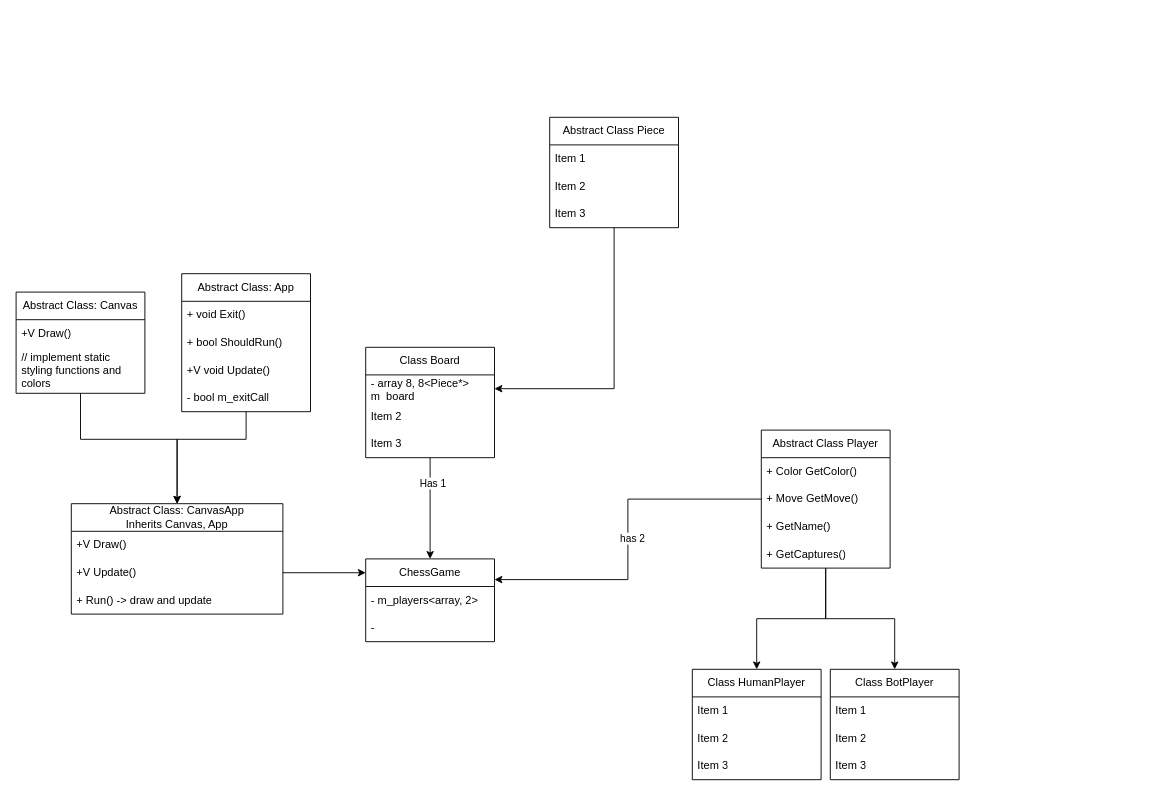
mathlon26/chess keeps this draw.io diagram as Chess.drawio. Above is the earlier version. Source tidied: cells renumbered, new cells numbered last; positions are measured from the earlier drawing's top-left corner, leaving out a move shared by most shapes. Both pictures are drawn from the tidied source at 92%, with x=0, y=0 at pixel (16, 117).
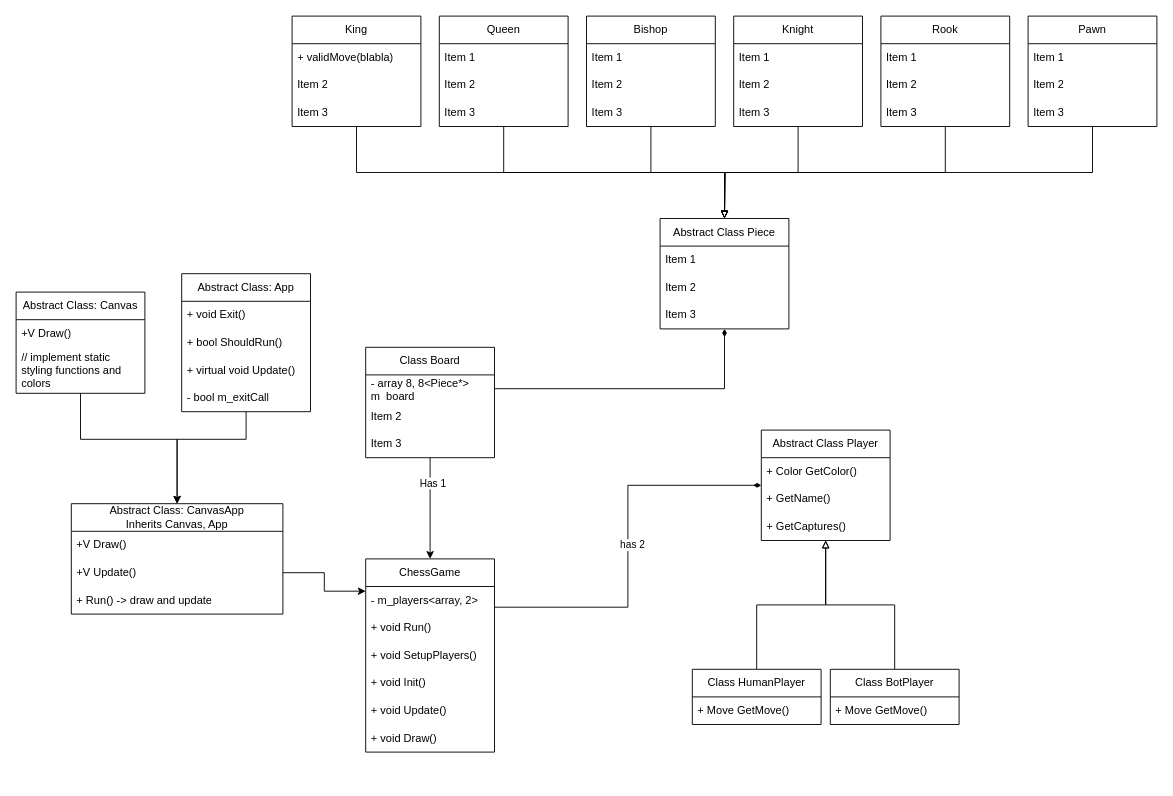
The same page after the edit.

The change refers to these unchanged cells:
```xml
<mxCell id="3" value="Abstract Class: App" style="swimlane;fontStyle=0;horizontal=1;startSize=30;whiteSpace=wrap;html=1;" parent="1" vertex="1">
  <mxGeometry x="180" y="170" width="140" height="150" as="geometry" />
</mxCell>
<mxCell id="23" value="- array 8, 8&amp;lt;Piece*&amp;gt; m_board" style="text;strokeColor=none;fillColor=none;align=left;verticalAlign=middle;spacingLeft=4;spacingRight=4;overflow=hidden;points=[[0,0.5],[1,0.5]];portConstraint=eastwest;whiteSpace=wrap;html=1;" parent="22" vertex="1">
  <mxGeometry y="30" width="140" height="30" as="geometry" />
</mxCell>
```

Diff of the diagram source:
```diff
@@
-    <mxCell id="6" value="+V void Update()&amp;nbsp;" style="text;strokeColor=none;fillColor=none;align=left;verticalAlign=middle;spacingLeft=4;spacingRight=4;overflow=hidden;whiteSpace=wrap;html=1;" parent="3" vertex="1">
+    <mxCell id="6" value="+ virtual void Update()&amp;nbsp;" style="text;strokeColor=none;fillColor=none;align=left;verticalAlign=middle;spacingLeft=4;spacingRight=4;overflow=hidden;whiteSpace=wrap;html=1;" parent="3" vertex="1">
       <mxGeometry y="90" width="140" height="30" as="geometry" />
     </mxCell>
@@
     <mxCell id="16" value="ChessGame" style="swimlane;fontStyle=0;horizontal=1;startSize=30;whiteSpace=wrap;html=1;" parent="1" vertex="1">
-      <mxGeometry x="380" y="480" width="140" height="90" as="geometry" />
+      <mxGeometry x="380" y="480" width="140" height="210" as="geometry" />
     </mxCell>
@@
-    <mxCell id="18" value="-" style="text;strokeColor=none;fillColor=none;align=left;verticalAlign=middle;spacingLeft=4;spacingRight=4;overflow=hidden;whiteSpace=wrap;html=1;" parent="16" vertex="1">
+    <mxCell id="18" value="+ void Run()" style="text;strokeColor=none;fillColor=none;align=left;verticalAlign=middle;spacingLeft=4;spacingRight=4;overflow=hidden;whiteSpace=wrap;html=1;" parent="16" vertex="1">
       <mxGeometry y="60" width="140" height="30" as="geometry" />
     </mxCell>
+    <mxCell id="48" value="+ void SetupPlayers()" style="text;strokeColor=none;fillColor=none;align=left;verticalAlign=middle;spacingLeft=4;spacingRight=4;overflow=hidden;whiteSpace=wrap;html=1;" parent="16" vertex="1">
+      <mxGeometry y="90" width="140" height="30" as="geometry" />
+    </mxCell>
+    <mxCell id="49" value="+ void Init()" style="text;strokeColor=none;fillColor=none;align=left;verticalAlign=middle;spacingLeft=4;spacingRight=4;overflow=hidden;whiteSpace=wrap;html=1;" parent="16" vertex="1">
+      <mxGeometry y="120" width="140" height="30" as="geometry" />
+    </mxCell>
+    <mxCell id="50" value="+ void Update()" style="text;strokeColor=none;fillColor=none;align=left;verticalAlign=middle;spacingLeft=4;spacingRight=4;overflow=hidden;whiteSpace=wrap;html=1;" parent="16" vertex="1">
+      <mxGeometry y="150" width="140" height="30" as="geometry" />
+    </mxCell>
+    <mxCell id="51" value="+ void Draw()" style="text;strokeColor=none;fillColor=none;align=left;verticalAlign=middle;spacingLeft=4;spacingRight=4;overflow=hidden;whiteSpace=wrap;html=1;" parent="16" vertex="1">
+      <mxGeometry y="180" width="140" height="30" as="geometry" />
+    </mxCell>
@@
-    <mxCell id="26" style="edgeStyle=orthogonalEdgeStyle;rounded=0;jettySize=auto;html=1;entryX=0.5;entryY=0;entryDx=0;entryDy=0;" parent="1" edge="1" source="30" target="35">
+    <mxCell id="26" style="edgeStyle=orthogonalEdgeStyle;rounded=0;jettySize=auto;html=1;entryX=0.5;entryY=0;entryDx=0;entryDy=0;startArrow=block;startFill=0;endArrow=none;" parent="1" edge="1" source="30" target="35">
       <mxGeometry relative="1" as="geometry" />
     </mxCell>
-    <mxCell id="27" style="edgeStyle=orthogonalEdgeStyle;rounded=0;jettySize=auto;html=1;entryX=0.5;entryY=0;entryDx=0;entryDy=0;" parent="1" edge="1" source="30" target="39">
+    <mxCell id="27" style="edgeStyle=orthogonalEdgeStyle;rounded=0;jettySize=auto;html=1;entryX=0.5;entryY=0;entryDx=0;entryDy=0;endArrow=none;startFill=0;startArrow=block;" parent="1" edge="1" source="30" target="39">
       <mxGeometry relative="1" as="geometry" />
     </mxCell>
-    <mxCell id="28" style="edgeStyle=orthogonalEdgeStyle;rounded=0;jettySize=auto;html=1;entryX=1;entryY=0.25;entryDx=0;entryDy=0;" parent="1" edge="1" source="30" target="16">
+    <mxCell id="28" style="edgeStyle=orthogonalEdgeStyle;rounded=0;jettySize=auto;html=1;entryX=1;entryY=0.25;entryDx=0;entryDy=0;startArrow=diamondThin;startFill=1;endArrow=none;" parent="1" edge="1" source="30" target="16">
       <mxGeometry relative="1" as="geometry" />
     </mxCell>
@@
     <mxCell id="30" value="Abstract Class Player" style="swimlane;fontStyle=0;horizontal=1;startSize=30;whiteSpace=wrap;html=1;" parent="1" vertex="1">
-      <mxGeometry x="810" y="340" width="140" height="150" as="geometry" />
+      <mxGeometry x="810" y="340" width="140" height="120" as="geometry" />
     </mxCell>
@@
-    <mxCell id="32" value="+ Move GetMove()" style="text;strokeColor=none;fillColor=none;align=left;verticalAlign=middle;spacingLeft=4;spacingRight=4;overflow=hidden;whiteSpace=wrap;html=1;" parent="30" vertex="1">
-      <mxGeometry y="60" width="140" height="30" as="geometry" />
-    </mxCell>
     <mxCell id="33" value="+ GetName()" style="text;strokeColor=none;fillColor=none;align=left;verticalAlign=middle;spacingLeft=4;spacingRight=4;overflow=hidden;whiteSpace=wrap;html=1;" parent="30" vertex="1">
-      <mxGeometry y="90" width="140" height="30" as="geometry" />
+      <mxGeometry y="60" width="140" height="30" as="geometry" />
     </mxCell>
     <mxCell id="34" value="+ GetCaptures()" style="text;strokeColor=none;fillColor=none;align=left;verticalAlign=middle;spacingLeft=4;spacingRight=4;overflow=hidden;whiteSpace=wrap;html=1;" parent="30" vertex="1">
-      <mxGeometry y="120" width="140" height="30" as="geometry" />
+      <mxGeometry y="90" width="140" height="30" as="geometry" />
     </mxCell>
     <mxCell id="35" value="Class HumanPlayer" style="swimlane;fontStyle=0;horizontal=1;startSize=30;whiteSpace=wrap;html=1;" parent="1" vertex="1">
-      <mxGeometry x="735" y="600" width="140" height="120" as="geometry" />
+      <mxGeometry x="735" y="600" width="140" height="60" as="geometry" />
     </mxCell>
-    <mxCell id="36" value="Item 1" style="text;strokeColor=none;fillColor=none;align=left;verticalAlign=middle;spacingLeft=4;spacingRight=4;overflow=hidden;whiteSpace=wrap;html=1;" parent="35" vertex="1">
+    <mxCell id="36" value="+ Move GetMove()" style="text;strokeColor=none;fillColor=none;align=left;verticalAlign=middle;spacingLeft=4;spacingRight=4;overflow=hidden;whiteSpace=wrap;html=1;" parent="35" vertex="1">
       <mxGeometry y="30" width="140" height="30" as="geometry" />
     </mxCell>
-    <mxCell id="37" value="Item 2" style="text;strokeColor=none;fillColor=none;align=left;verticalAlign=middle;spacingLeft=4;spacingRight=4;overflow=hidden;whiteSpace=wrap;html=1;" parent="35" vertex="1">
-      <mxGeometry y="60" width="140" height="30" as="geometry" />
-    </mxCell>
-    <mxCell id="38" value="Item 3" style="text;strokeColor=none;fillColor=none;align=left;verticalAlign=middle;spacingLeft=4;spacingRight=4;overflow=hidden;whiteSpace=wrap;html=1;" parent="35" vertex="1">
-      <mxGeometry y="90" width="140" height="30" as="geometry" />
-    </mxCell>
     <mxCell id="39" value="Class BotPlayer" style="swimlane;fontStyle=0;horizontal=1;startSize=30;whiteSpace=wrap;html=1;" parent="1" vertex="1">
-      <mxGeometry x="885" y="600" width="140" height="120" as="geometry" />
+      <mxGeometry x="885" y="600" width="140" height="60" as="geometry" />
     </mxCell>
-    <mxCell id="40" value="Item 1" style="text;strokeColor=none;fillColor=none;align=left;verticalAlign=middle;spacingLeft=4;spacingRight=4;overflow=hidden;whiteSpace=wrap;html=1;" parent="39" vertex="1">
+    <mxCell id="40" value="+ Move GetMove()" style="text;strokeColor=none;fillColor=none;align=left;verticalAlign=middle;spacingLeft=4;spacingRight=4;overflow=hidden;whiteSpace=wrap;html=1;" parent="39" vertex="1">
       <mxGeometry y="30" width="140" height="30" as="geometry" />
     </mxCell>
-    <mxCell id="41" value="Item 2" style="text;strokeColor=none;fillColor=none;align=left;verticalAlign=middle;spacingLeft=4;spacingRight=4;overflow=hidden;whiteSpace=wrap;html=1;" parent="39" vertex="1">
-      <mxGeometry y="60" width="140" height="30" as="geometry" />
-    </mxCell>
-    <mxCell id="42" value="Item 3" style="text;strokeColor=none;fillColor=none;align=left;verticalAlign=middle;spacingLeft=4;spacingRight=4;overflow=hidden;whiteSpace=wrap;html=1;" parent="39" vertex="1">
-      <mxGeometry y="90" width="140" height="30" as="geometry" />
-    </mxCell>
-    <mxCell id="43" style="edgeStyle=orthogonalEdgeStyle;rounded=0;jettySize=auto;html=1;entryX=1;entryY=0.5;entryDx=0;entryDy=0;" parent="1" edge="1" source="44" target="23">
+    <mxCell id="43" style="edgeStyle=orthogonalEdgeStyle;rounded=0;jettySize=auto;html=1;entryX=1;entryY=0.5;entryDx=0;entryDy=0;startArrow=diamondThin;startFill=1;endArrow=none;" parent="1" edge="1" source="44" target="23">
       <mxGeometry relative="1" as="geometry" />
     </mxCell>
     <mxCell id="44" value="Abstract Class Piece" style="swimlane;fontStyle=0;horizontal=1;startSize=30;whiteSpace=wrap;html=1;" parent="1" vertex="1">
-      <mxGeometry x="580" width="140" height="120" as="geometry" />
+      <mxGeometry x="700" y="110" width="140" height="120" as="geometry" />
     </mxCell>
@@
+    <mxCell id="52" style="edgeStyle=orthogonalEdgeStyle;rounded=0;jettySize=auto;html=1;exitX=0.5;exitY=1;exitDx=0;exitDy=0;entryX=0.5;entryY=0;entryDx=0;entryDy=0;endArrow=block;endFill=0;" parent="1" edge="1" source="53" target="44">
+      <mxGeometry relative="1" as="geometry" />
+    </mxCell>
+    <mxCell id="53" value="King" style="swimlane;fontStyle=0;horizontal=1;startSize=30;whiteSpace=wrap;html=1;" parent="1" vertex="1">
+      <mxGeometry x="300" y="-110" width="140" height="120" as="geometry" />
+    </mxCell>
+    <mxCell id="54" value="+ validMove(blabla)" style="text;strokeColor=none;fillColor=none;align=left;verticalAlign=middle;spacingLeft=4;spacingRight=4;overflow=hidden;whiteSpace=wrap;html=1;" parent="53" vertex="1">
+      <mxGeometry y="30" width="140" height="30" as="geometry" />
+    </mxCell>
+    <mxCell id="55" value="Item 2" style="text;strokeColor=none;fillColor=none;align=left;verticalAlign=middle;spacingLeft=4;spacingRight=4;overflow=hidden;whiteSpace=wrap;html=1;" parent="53" vertex="1">
+      <mxGeometry y="60" width="140" height="30" as="geometry" />
+    </mxCell>
+    <mxCell id="56" value="Item 3" style="text;strokeColor=none;fillColor=none;align=left;verticalAlign=middle;spacingLeft=4;spacingRight=4;overflow=hidden;whiteSpace=wrap;html=1;" parent="53" vertex="1">
+      <mxGeometry y="90" width="140" height="30" as="geometry" />
+    </mxCell>
+    <mxCell id="57" style="edgeStyle=orthogonalEdgeStyle;rounded=0;jettySize=auto;html=1;exitX=0.5;exitY=1;exitDx=0;exitDy=0;endArrow=block;endFill=0;" parent="1" edge="1" source="58">
+      <mxGeometry relative="1" as="geometry">
+        <mxPoint x="770" y="110" as="targetPoint" />
+      </mxGeometry>
+    </mxCell>
+    <mxCell id="58" value="Queen" style="swimlane;fontStyle=0;horizontal=1;startSize=30;whiteSpace=wrap;html=1;" parent="1" vertex="1">
+      <mxGeometry x="460" y="-110" width="140" height="120" as="geometry" />
+    </mxCell>
+    <mxCell id="59" value="Item 1" style="text;strokeColor=none;fillColor=none;align=left;verticalAlign=middle;spacingLeft=4;spacingRight=4;overflow=hidden;whiteSpace=wrap;html=1;" parent="58" vertex="1">
+      <mxGeometry y="30" width="140" height="30" as="geometry" />
+    </mxCell>
+    <mxCell id="60" value="Item 2" style="text;strokeColor=none;fillColor=none;align=left;verticalAlign=middle;spacingLeft=4;spacingRight=4;overflow=hidden;whiteSpace=wrap;html=1;" parent="58" vertex="1">
+      <mxGeometry y="60" width="140" height="30" as="geometry" />
+    </mxCell>
+    <mxCell id="61" value="Item 3" style="text;strokeColor=none;fillColor=none;align=left;verticalAlign=middle;spacingLeft=4;spacingRight=4;overflow=hidden;whiteSpace=wrap;html=1;" parent="58" vertex="1">
+      <mxGeometry y="90" width="140" height="30" as="geometry" />
+    </mxCell>
+    <mxCell id="62" style="edgeStyle=orthogonalEdgeStyle;rounded=0;jettySize=auto;html=1;exitX=0.5;exitY=1;exitDx=0;exitDy=0;endArrow=block;endFill=0;" parent="1" edge="1" source="63">
+      <mxGeometry relative="1" as="geometry">
+        <mxPoint x="770" y="110" as="targetPoint" />
+      </mxGeometry>
+    </mxCell>
+    <mxCell id="63" value="Bishop" style="swimlane;fontStyle=0;horizontal=1;startSize=30;whiteSpace=wrap;html=1;" parent="1" vertex="1">
+      <mxGeometry x="620" y="-110" width="140" height="120" as="geometry" />
+    </mxCell>
+    <mxCell id="64" value="Item 1" style="text;strokeColor=none;fillColor=none;align=left;verticalAlign=middle;spacingLeft=4;spacingRight=4;overflow=hidden;whiteSpace=wrap;html=1;" parent="63" vertex="1">
+      <mxGeometry y="30" width="140" height="30" as="geometry" />
+    </mxCell>
+    <mxCell id="65" value="Item 2" style="text;strokeColor=none;fillColor=none;align=left;verticalAlign=middle;spacingLeft=4;spacingRight=4;overflow=hidden;whiteSpace=wrap;html=1;" parent="63" vertex="1">
+      <mxGeometry y="60" width="140" height="30" as="geometry" />
+    </mxCell>
+    <mxCell id="66" value="Item 3" style="text;strokeColor=none;fillColor=none;align=left;verticalAlign=middle;spacingLeft=4;spacingRight=4;overflow=hidden;whiteSpace=wrap;html=1;" parent="63" vertex="1">
+      <mxGeometry y="90" width="140" height="30" as="geometry" />
+    </mxCell>
+    <mxCell id="67" style="edgeStyle=orthogonalEdgeStyle;rounded=0;jettySize=auto;html=1;exitX=0.5;exitY=1;exitDx=0;exitDy=0;endArrow=block;endFill=0;" parent="1" edge="1" source="68">
+      <mxGeometry relative="1" as="geometry">
+        <mxPoint x="770" y="110" as="targetPoint" />
+      </mxGeometry>
+    </mxCell>
+    <mxCell id="68" value="Knight" style="swimlane;fontStyle=0;horizontal=1;startSize=30;whiteSpace=wrap;html=1;" parent="1" vertex="1">
+      <mxGeometry x="780" y="-110" width="140" height="120" as="geometry" />
+    </mxCell>
+    <mxCell id="69" value="Item 1" style="text;strokeColor=none;fillColor=none;align=left;verticalAlign=middle;spacingLeft=4;spacingRight=4;overflow=hidden;whiteSpace=wrap;html=1;" parent="68" vertex="1">
+      <mxGeometry y="30" width="140" height="30" as="geometry" />
+    </mxCell>
+    <mxCell id="70" value="Item 2" style="text;strokeColor=none;fillColor=none;align=left;verticalAlign=middle;spacingLeft=4;spacingRight=4;overflow=hidden;whiteSpace=wrap;html=1;" parent="68" vertex="1">
+      <mxGeometry y="60" width="140" height="30" as="geometry" />
+    </mxCell>
+    <mxCell id="71" value="Item 3" style="text;strokeColor=none;fillColor=none;align=left;verticalAlign=middle;spacingLeft=4;spacingRight=4;overflow=hidden;whiteSpace=wrap;html=1;" parent="68" vertex="1">
+      <mxGeometry y="90" width="140" height="30" as="geometry" />
+    </mxCell>
+    <mxCell id="72" style="edgeStyle=orthogonalEdgeStyle;rounded=0;jettySize=auto;html=1;exitX=0.5;exitY=1;exitDx=0;exitDy=0;entryX=0.5;entryY=0;entryDx=0;entryDy=0;endArrow=block;endFill=0;" parent="1" edge="1" source="73" target="44">
+      <mxGeometry relative="1" as="geometry" />
+    </mxCell>
+    <mxCell id="73" value="Pawn" style="swimlane;fontStyle=0;horizontal=1;startSize=30;whiteSpace=wrap;html=1;" parent="1" vertex="1">
+      <mxGeometry x="1100" y="-110" width="140" height="120" as="geometry" />
+    </mxCell>
+    <mxCell id="74" value="Item 1" style="text;strokeColor=none;fillColor=none;align=left;verticalAlign=middle;spacingLeft=4;spacingRight=4;overflow=hidden;whiteSpace=wrap;html=1;" parent="73" vertex="1">
+      <mxGeometry y="30" width="140" height="30" as="geometry" />
+    </mxCell>
+    <mxCell id="75" value="Item 2" style="text;strokeColor=none;fillColor=none;align=left;verticalAlign=middle;spacingLeft=4;spacingRight=4;overflow=hidden;whiteSpace=wrap;html=1;" parent="73" vertex="1">
+      <mxGeometry y="60" width="140" height="30" as="geometry" />
+    </mxCell>
+    <mxCell id="76" value="Item 3" style="text;strokeColor=none;fillColor=none;align=left;verticalAlign=middle;spacingLeft=4;spacingRight=4;overflow=hidden;whiteSpace=wrap;html=1;" parent="73" vertex="1">
+      <mxGeometry y="90" width="140" height="30" as="geometry" />
+    </mxCell>
+    <mxCell id="77" style="edgeStyle=orthogonalEdgeStyle;rounded=0;jettySize=auto;html=1;exitX=0.5;exitY=1;exitDx=0;exitDy=0;entryX=0.5;entryY=0;entryDx=0;entryDy=0;endArrow=block;endFill=0;" parent="1" edge="1" source="78" target="44">
+      <mxGeometry relative="1" as="geometry" />
+    </mxCell>
+    <mxCell id="78" value="Rook" style="swimlane;fontStyle=0;horizontal=1;startSize=30;whiteSpace=wrap;html=1;" parent="1" vertex="1">
+      <mxGeometry x="940" y="-110" width="140" height="120" as="geometry" />
+    </mxCell>
+    <mxCell id="79" value="Item 1" style="text;strokeColor=none;fillColor=none;align=left;verticalAlign=middle;spacingLeft=4;spacingRight=4;overflow=hidden;whiteSpace=wrap;html=1;" parent="78" vertex="1">
+      <mxGeometry y="30" width="140" height="30" as="geometry" />
+    </mxCell>
+    <mxCell id="80" value="Item 2" style="text;strokeColor=none;fillColor=none;align=left;verticalAlign=middle;spacingLeft=4;spacingRight=4;overflow=hidden;whiteSpace=wrap;html=1;" parent="78" vertex="1">
+      <mxGeometry y="60" width="140" height="30" as="geometry" />
+    </mxCell>
+    <mxCell id="81" value="Item 3" style="text;strokeColor=none;fillColor=none;align=left;verticalAlign=middle;spacingLeft=4;spacingRight=4;overflow=hidden;whiteSpace=wrap;html=1;" parent="78" vertex="1">
+      <mxGeometry y="90" width="140" height="30" as="geometry" />
+    </mxCell>
```
